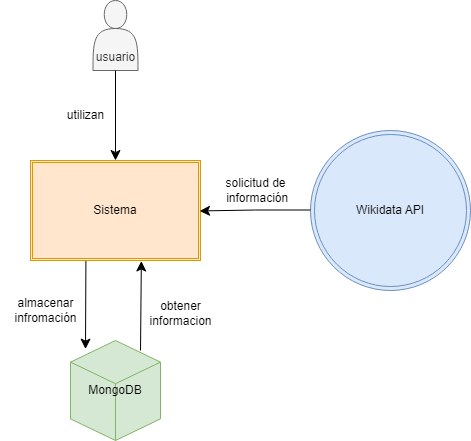
This is docs/images/03_1_contexto-negocio.png from Arquisoft/wiq_es05a, a draw.io export, as it was before one commit. Source tidied: cells renumbered, new cells last; positions are measured from the earlier drawing's top-left corner, leaving out a move shared by most shapes. The source it was exported from:
```xml
<mxGraphModel>
  <root>
    <mxCell id="0" />
    <mxCell id="1" parent="0" />
    <mxCell id="2" value="&lt;br&gt;&lt;br&gt;&lt;br&gt;usuario" style="shape=actor;whiteSpace=wrap;html=1;fillColor=#f5f5f5;fontColor=#333333;strokeColor=#666666;" parent="1" vertex="1">
      <mxGeometry x="92.5" width="45" height="70" as="geometry" />
    </mxCell>
    <mxCell id="3" value="Sistema" style="shape=ext;double=1;rounded=0;whiteSpace=wrap;html=1;fillColor=#ffe6cc;strokeColor=#d79b00;" parent="1" vertex="1">
      <mxGeometry x="30" y="160" width="170" height="100" as="geometry" />
    </mxCell>
    <mxCell id="4" value="Wikidata API" style="ellipse;shape=doubleEllipse;whiteSpace=wrap;html=1;fillColor=#dae8fc;strokeColor=#6c8ebf;" parent="1" vertex="1">
      <mxGeometry x="310" y="130" width="160" height="160" as="geometry" />
    </mxCell>
    <mxCell id="5" style="edgeStyle=elbowEdgeStyle;elbow=horizontal;endArrow=classic;html=1;curved=0;rounded=0;endSize=8;startSize=8;entryX=1.005;entryY=0.668;entryDx=0;entryDy=0;entryPerimeter=0;exitX=0.011;exitY=0.599;exitDx=0;exitDy=0;exitPerimeter=0;" parent="1" edge="1">
      <mxGeometry relative="1" as="geometry">
        <mxPoint x="310" y="209.5" as="sourcePoint" />
        <mxPoint x="199.1" y="210.5" as="targetPoint" />
      </mxGeometry>
    </mxCell>
    <mxCell id="6" style="edgeStyle=segmentEdgeStyle;endArrow=classic;html=1;curved=0;rounded=0;endSize=8;startSize=8;exitX=0.5;exitY=1;exitDx=0;exitDy=0;entryX=0.5;entryY=0;entryDx=0;entryDy=0;" parent="1" edge="1" source="2" target="3">
      <mxGeometry relative="1" as="geometry" />
    </mxCell>
    <mxCell id="7" value="utilizan" style="text;html=1;align=center;verticalAlign=middle;strokeColor=none;fillColor=none;" parent="1" vertex="1">
      <mxGeometry x="55" y="100" width="60" height="30" as="geometry" />
    </mxCell>
    <mxCell id="8" value="solicitud de&lt;br&gt;&amp;nbsp;información" style="text;html=1;align=center;verticalAlign=middle;strokeColor=none;fillColor=none;" parent="1" vertex="1">
      <mxGeometry x="210" y="170" width="90" height="40" as="geometry" />
    </mxCell>
    <mxCell id="9" value="MongoDB" style="html=1;whiteSpace=wrap;shape=isoCube2;backgroundOutline=1;isoAngle=15;fillColor=#d5e8d4;strokeColor=#82b366;" parent="1" vertex="1">
      <mxGeometry x="70" y="340" width="90" height="100" as="geometry" />
    </mxCell>
    <mxCell id="10" style="edgeStyle=segmentEdgeStyle;endArrow=classic;html=1;curved=0;rounded=0;endSize=8;startSize=8;exitX=0.778;exitY=0.1;exitDx=0;exitDy=0;exitPerimeter=0;entryX=0.652;entryY=1.005;entryDx=0;entryDy=0;entryPerimeter=0;" parent="1" edge="1" source="9" target="3">
      <mxGeometry relative="1" as="geometry" />
    </mxCell>
    <mxCell id="11" style="edgeStyle=elbowEdgeStyle;elbow=horizontal;endArrow=classic;html=1;curved=0;rounded=0;endSize=8;startSize=8;exitX=0.326;exitY=1.005;exitDx=0;exitDy=0;exitPerimeter=0;entryX=0.171;entryY=0.086;entryDx=0;entryDy=0;entryPerimeter=0;" parent="1" edge="1" source="3" target="9">
      <mxGeometry relative="1" as="geometry" />
    </mxCell>
    <mxCell id="12" value="almacenar&lt;br&gt;infromación" style="text;html=1;align=center;verticalAlign=middle;strokeColor=none;fillColor=none;" parent="1" vertex="1">
      <mxGeometry y="290" width="90" height="40" as="geometry" />
    </mxCell>
    <mxCell id="13" value="obtener&lt;br&gt;informacion" style="text;html=1;align=center;verticalAlign=middle;strokeColor=none;fillColor=none;" parent="1" vertex="1">
      <mxGeometry x="135" y="293" width="90" height="40" as="geometry" />
    </mxCell>
  </root>
</mxGraphModel>
```
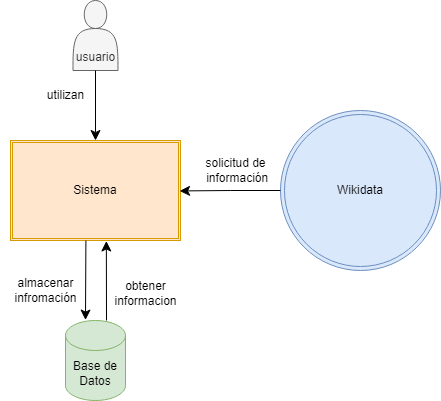
After the commit.

Change to the diagram source:
```diff
@@ -3,17 +3,16 @@
     <mxCell id="0" />
     <mxCell id="1" parent="0" />
     <mxCell id="2" value="&lt;br&gt;&lt;br&gt;&lt;br&gt;usuario" style="shape=actor;whiteSpace=wrap;html=1;fillColor=#f5f5f5;fontColor=#333333;strokeColor=#666666;" parent="1" vertex="1">
-      <mxGeometry x="92.5" width="45" height="70" as="geometry" />
+      <mxGeometry x="92.5" y="20" width="45" height="70" as="geometry" />
     </mxCell>
     <mxCell id="3" value="Sistema" style="shape=ext;double=1;rounded=0;whiteSpace=wrap;html=1;fillColor=#ffe6cc;strokeColor=#d79b00;" parent="1" vertex="1">
       <mxGeometry x="30" y="160" width="170" height="100" as="geometry" />
     </mxCell>
-    <mxCell id="4" value="Wikidata API" style="ellipse;shape=doubleEllipse;whiteSpace=wrap;html=1;fillColor=#dae8fc;strokeColor=#6c8ebf;" parent="1" vertex="1">
-      <mxGeometry x="310" y="130" width="160" height="160" as="geometry" />
+    <mxCell id="4" value="Wikidata" style="ellipse;shape=doubleEllipse;whiteSpace=wrap;html=1;fillColor=#dae8fc;strokeColor=#6c8ebf;" parent="1" vertex="1">
+      <mxGeometry x="300" y="130" width="160" height="160" as="geometry" />
     </mxCell>
-    <mxCell id="5" style="edgeStyle=elbowEdgeStyle;elbow=horizontal;endArrow=classic;html=1;curved=0;rounded=0;endSize=8;startSize=8;entryX=1.005;entryY=0.668;entryDx=0;entryDy=0;entryPerimeter=0;exitX=0.011;exitY=0.599;exitDx=0;exitDy=0;exitPerimeter=0;" parent="1" edge="1">
+    <mxCell id="5" style="edgeStyle=elbowEdgeStyle;elbow=horizontal;endArrow=classic;html=1;curved=0;rounded=0;endSize=8;startSize=8;entryX=1.005;entryY=0.668;entryDx=0;entryDy=0;entryPerimeter=0;" parent="1" edge="1" source="4">
       <mxGeometry relative="1" as="geometry">
-        <mxPoint x="310" y="209.5" as="sourcePoint" />
         <mxPoint x="199.1" y="210.5" as="targetPoint" />
       </mxGeometry>
     </mxCell>
@@ -26,20 +25,25 @@
     <mxCell id="8" value="solicitud de&lt;br&gt;&amp;nbsp;información" style="text;html=1;align=center;verticalAlign=middle;strokeColor=none;fillColor=none;" parent="1" vertex="1">
       <mxGeometry x="210" y="170" width="90" height="40" as="geometry" />
     </mxCell>
-    <mxCell id="9" value="MongoDB" style="html=1;whiteSpace=wrap;shape=isoCube2;backgroundOutline=1;isoAngle=15;fillColor=#d5e8d4;strokeColor=#82b366;" parent="1" vertex="1">
-      <mxGeometry x="70" y="340" width="90" height="100" as="geometry" />
-    </mxCell>
-    <mxCell id="10" style="edgeStyle=segmentEdgeStyle;endArrow=classic;html=1;curved=0;rounded=0;endSize=8;startSize=8;exitX=0.778;exitY=0.1;exitDx=0;exitDy=0;exitPerimeter=0;entryX=0.652;entryY=1.005;entryDx=0;entryDy=0;entryPerimeter=0;" parent="1" edge="1" source="9" target="3">
-      <mxGeometry relative="1" as="geometry" />
+    <mxCell id="10" style="edgeStyle=segmentEdgeStyle;endArrow=classic;html=1;curved=0;rounded=0;endSize=8;startSize=8;entryX=0.652;entryY=1.005;entryDx=0;entryDy=0;entryPerimeter=0;" parent="1" edge="1">
+      <mxGeometry relative="1" as="geometry">
+        <mxPoint x="126" y="340" as="sourcePoint" />
+        <mxPoint x="125.8" y="260.5" as="targetPoint" />
+      </mxGeometry>
     </mxCell>
-    <mxCell id="11" style="edgeStyle=elbowEdgeStyle;elbow=horizontal;endArrow=classic;html=1;curved=0;rounded=0;endSize=8;startSize=8;exitX=0.326;exitY=1.005;exitDx=0;exitDy=0;exitPerimeter=0;entryX=0.171;entryY=0.086;entryDx=0;entryDy=0;entryPerimeter=0;" parent="1" edge="1" source="3" target="9">
-      <mxGeometry relative="1" as="geometry" />
+    <mxCell id="11" style="edgeStyle=elbowEdgeStyle;elbow=horizontal;endArrow=classic;html=1;curved=0;rounded=0;endSize=8;startSize=8;exitX=0.326;exitY=1.005;exitDx=0;exitDy=0;exitPerimeter=0;entryX=0.341;entryY=-0.006;entryDx=0;entryDy=0;entryPerimeter=0;" parent="1" edge="1" target="14">
+      <mxGeometry relative="1" as="geometry">
+        <mxPoint x="105.4" y="260" as="sourcePoint" />
+      </mxGeometry>
     </mxCell>
     <mxCell id="12" value="almacenar&lt;br&gt;infromación" style="text;html=1;align=center;verticalAlign=middle;strokeColor=none;fillColor=none;" parent="1" vertex="1">
-      <mxGeometry y="290" width="90" height="40" as="geometry" />
+      <mxGeometry x="20" y="289.5" width="90" height="40" as="geometry" />
     </mxCell>
     <mxCell id="13" value="obtener&lt;br&gt;informacion" style="text;html=1;align=center;verticalAlign=middle;strokeColor=none;fillColor=none;" parent="1" vertex="1">
-      <mxGeometry x="135" y="293" width="90" height="40" as="geometry" />
+      <mxGeometry x="120" y="293" width="90" height="40" as="geometry" />
     </mxCell>
+    <mxCell id="14" value="Base de&lt;br&gt;Datos" style="shape=cylinder3;whiteSpace=wrap;html=1;boundedLbl=1;backgroundOutline=1;size=15;fillColor=#d5e8d4;strokeColor=#82b366;" parent="1" vertex="1">
+      <mxGeometry x="85" y="340" width="60" height="80" as="geometry" />
+    </mxCell>
   </root>
 </mxGraphModel>
```
